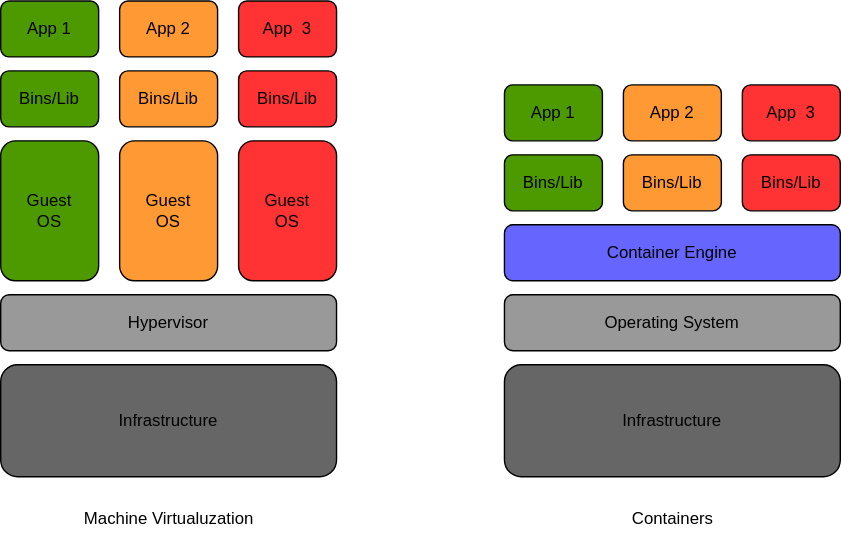
Earlier version of the draw.io export content/chapters/app-interact/lab/media/containers-vs-vms.svg (open-education-hub/operating-systems). Source tidied: cells renumbered, new cells last; positions are measured from the earlier drawing's top-left corner, leaving out a move shared by most shapes.
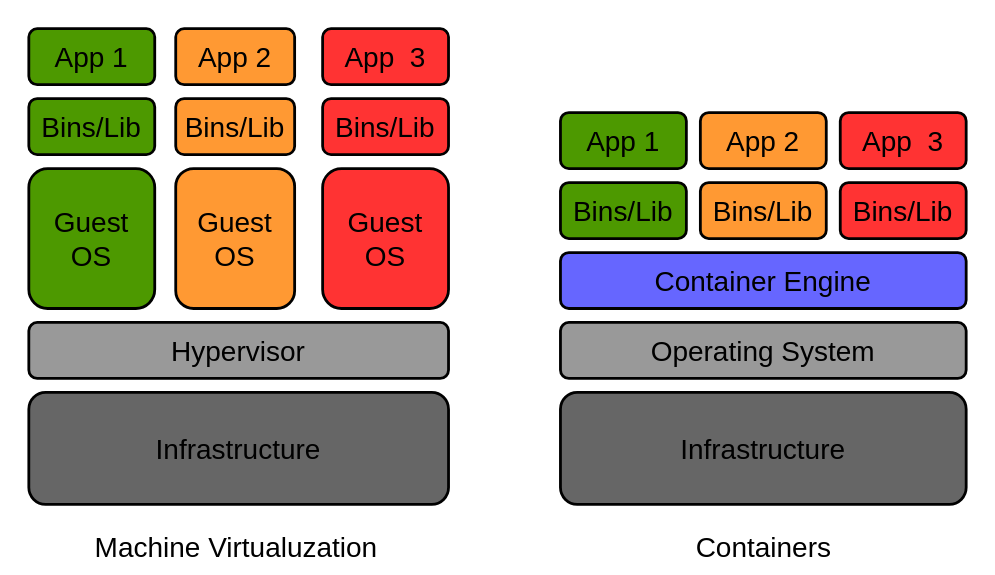
The same file after the commit.

Commit message:
app-interact/lab: Fix broken quiz links and SVG image

This fixes 2 broken links to quizzes and enlarges the components of
an SVG image to make it clearer.

Change to the diagram source:
```diff
@@ -2,71 +2,74 @@
   <root>
     <mxCell id="0" />
     <mxCell id="1" parent="0" />
+    <mxCell id="24" style="rounded=1;whiteSpace=wrap;html=1;strokeColor=none;" parent="1" vertex="1">
+      <mxGeometry x="-40" y="-20" width="710" height="410" as="geometry" />
+    </mxCell>
-    <mxCell id="2" value="Infrastructure" style="rounded=1;whiteSpace=wrap;html=1;fillColor=#666666;" parent="1" vertex="1">
-      <mxGeometry x="360" y="260" width="240" height="80" as="geometry" />
+    <mxCell id="2" value="Infrastructure" style="rounded=1;whiteSpace=wrap;html=1;fillColor=#666666;strokeWidth=2;fontSize=20;" parent="1" vertex="1">
+      <mxGeometry x="360" y="260" width="290" height="80" as="geometry" />
     </mxCell>
-    <mxCell id="3" value="Infrastructure" style="rounded=1;whiteSpace=wrap;html=1;fillColor=#666666;" parent="1" vertex="1">
-      <mxGeometry y="260" width="240" height="80" as="geometry" />
+    <mxCell id="3" value="Infrastructure" style="rounded=1;whiteSpace=wrap;html=1;fillColor=#666666;strokeWidth=2;fontSize=20;" parent="1" vertex="1">
+      <mxGeometry x="-20" y="260" width="300" height="80" as="geometry" />
     </mxCell>
-    <mxCell id="4" value="Operating System" style="rounded=1;whiteSpace=wrap;html=1;fillColor=#999999;" parent="1" vertex="1">
-      <mxGeometry x="360" y="210" width="240" height="40" as="geometry" />
+    <mxCell id="4" value="Operating System" style="rounded=1;whiteSpace=wrap;html=1;fillColor=#999999;strokeWidth=2;fontSize=20;" parent="1" vertex="1">
+      <mxGeometry x="360" y="210" width="290" height="40" as="geometry" />
     </mxCell>
-    <mxCell id="5" value="Container Engine" style="rounded=1;whiteSpace=wrap;html=1;fillColor=#6666FF;" parent="1" vertex="1">
-      <mxGeometry x="360" y="160" width="240" height="40" as="geometry" />
+    <mxCell id="5" value="Container Engine" style="rounded=1;whiteSpace=wrap;html=1;fillColor=#6666FF;strokeWidth=2;fontSize=20;" parent="1" vertex="1">
+      <mxGeometry x="360" y="160" width="290" height="40" as="geometry" />
     </mxCell>
-    <mxCell id="6" value="Hypervisor" style="rounded=1;whiteSpace=wrap;html=1;fillColor=#999999;" parent="1" vertex="1">
-      <mxGeometry y="210" width="240" height="40" as="geometry" />
+    <mxCell id="6" value="Hypervisor" style="rounded=1;whiteSpace=wrap;html=1;fillColor=#999999;strokeWidth=2;fontSize=20;" parent="1" vertex="1">
+      <mxGeometry x="-20" y="210" width="300" height="40" as="geometry" />
     </mxCell>
-    <mxCell id="7" value="Bins/Lib" style="rounded=1;whiteSpace=wrap;html=1;fillColor=#4D9900;" parent="1" vertex="1">
-      <mxGeometry x="360" y="110" width="70" height="40" as="geometry" />
+    <mxCell id="7" value="Bins/Lib" style="rounded=1;whiteSpace=wrap;html=1;fillColor=#4D9900;strokeWidth=2;fontSize=20;" parent="1" vertex="1">
+      <mxGeometry x="360" y="110" width="90" height="40" as="geometry" />
     </mxCell>
-    <mxCell id="8" value="Bins/Lib" style="rounded=1;whiteSpace=wrap;html=1;fillColor=#FF3333;" parent="1" vertex="1">
-      <mxGeometry x="530" y="110" width="70" height="40" as="geometry" />
+    <mxCell id="8" value="Bins/Lib" style="rounded=1;whiteSpace=wrap;html=1;fillColor=#FF3333;strokeWidth=2;fontSize=20;" parent="1" vertex="1">
+      <mxGeometry x="560" y="110" width="90" height="40" as="geometry" />
     </mxCell>
-    <mxCell id="9" value="Bins/Lib" style="rounded=1;whiteSpace=wrap;html=1;fillColor=#FF9933;" parent="1" vertex="1">
-      <mxGeometry x="445" y="110" width="70" height="40" as="geometry" />
+    <mxCell id="9" value="Bins/Lib" style="rounded=1;whiteSpace=wrap;html=1;fillColor=#FF9933;strokeWidth=2;fontSize=20;" parent="1" vertex="1">
+      <mxGeometry x="460" y="110" width="90" height="40" as="geometry" />
     </mxCell>
-    <mxCell id="10" value="App 1" style="rounded=1;whiteSpace=wrap;html=1;fillColor=#4D9900;" parent="1" vertex="1">
-      <mxGeometry x="360" y="60" width="70" height="40" as="geometry" />
+    <mxCell id="10" value="App 1" style="rounded=1;whiteSpace=wrap;html=1;fillColor=#4D9900;strokeWidth=2;fontSize=20;" parent="1" vertex="1">
+      <mxGeometry x="360" y="60" width="90" height="40" as="geometry" />
     </mxCell>
-    <mxCell id="11" value="App&amp;nbsp; 3" style="rounded=1;whiteSpace=wrap;html=1;fillColor=#FF3333;" parent="1" vertex="1">
-      <mxGeometry x="530" y="60" width="70" height="40" as="geometry" />
+    <mxCell id="11" value="App&amp;nbsp; 3" style="rounded=1;whiteSpace=wrap;html=1;fillColor=#FF3333;strokeWidth=2;fontSize=20;" parent="1" vertex="1">
+      <mxGeometry x="560" y="60" width="90" height="40" as="geometry" />
     </mxCell>
-    <mxCell id="12" value="App 2" style="rounded=1;whiteSpace=wrap;html=1;fillColor=#FF9933;" parent="1" vertex="1">
-      <mxGeometry x="445" y="60" width="70" height="40" as="geometry" />
+    <mxCell id="12" value="App 2" style="rounded=1;whiteSpace=wrap;html=1;fillColor=#FF9933;strokeWidth=2;fontSize=20;" parent="1" vertex="1">
+      <mxGeometry x="460" y="60" width="90" height="40" as="geometry" />
     </mxCell>
-    <mxCell id="13" value="Bins/Lib" style="rounded=1;whiteSpace=wrap;html=1;fillColor=#4D9900;" parent="1" vertex="1">
-      <mxGeometry y="50" width="70" height="40" as="geometry" />
+    <mxCell id="13" value="Bins/Lib" style="rounded=1;whiteSpace=wrap;html=1;fillColor=#4D9900;strokeWidth=2;fontSize=20;" parent="1" vertex="1">
+      <mxGeometry x="-20" y="50" width="90" height="40" as="geometry" />
     </mxCell>
-    <mxCell id="14" value="Bins/Lib" style="rounded=1;whiteSpace=wrap;html=1;fillColor=#FF3333;" parent="1" vertex="1">
-      <mxGeometry x="170" y="50" width="70" height="40" as="geometry" />
+    <mxCell id="14" value="Bins/Lib" style="rounded=1;whiteSpace=wrap;html=1;fillColor=#FF3333;strokeWidth=2;fontSize=20;" parent="1" vertex="1">
+      <mxGeometry x="190" y="50" width="90" height="40" as="geometry" />
     </mxCell>
-    <mxCell id="15" value="Bins/Lib" style="rounded=1;whiteSpace=wrap;html=1;fillColor=#FF9933;" parent="1" vertex="1">
-      <mxGeometry x="85" y="50" width="70" height="40" as="geometry" />
+    <mxCell id="15" value="Bins/Lib" style="rounded=1;whiteSpace=wrap;html=1;fillColor=#FF9933;strokeWidth=2;fontSize=20;" parent="1" vertex="1">
+      <mxGeometry x="85" y="50" width="85" height="40" as="geometry" />
     </mxCell>
-    <mxCell id="16" value="App 1" style="rounded=1;whiteSpace=wrap;html=1;fillColor=#4D9900;" parent="1" vertex="1">
-      <mxGeometry width="70" height="40" as="geometry" />
+    <mxCell id="16" value="App 1" style="rounded=1;whiteSpace=wrap;html=1;fillColor=#4D9900;strokeWidth=2;fontSize=20;" parent="1" vertex="1">
+      <mxGeometry x="-20" width="90" height="40" as="geometry" />
     </mxCell>
-    <mxCell id="17" value="App&amp;nbsp; 3" style="rounded=1;whiteSpace=wrap;html=1;fillColor=#FF3333;" parent="1" vertex="1">
-      <mxGeometry x="170" width="70" height="40" as="geometry" />
+    <mxCell id="17" value="App&amp;nbsp; 3" style="rounded=1;whiteSpace=wrap;html=1;fillColor=#FF3333;strokeWidth=2;fontSize=20;" parent="1" vertex="1">
+      <mxGeometry x="190" width="90" height="40" as="geometry" />
     </mxCell>
-    <mxCell id="18" value="App 2" style="rounded=1;whiteSpace=wrap;html=1;fillColor=#FF9933;" parent="1" vertex="1">
-      <mxGeometry x="85" width="70" height="40" as="geometry" />
+    <mxCell id="18" value="App 2" style="rounded=1;whiteSpace=wrap;html=1;fillColor=#FF9933;strokeWidth=2;fontSize=20;" parent="1" vertex="1">
+      <mxGeometry x="85" width="85" height="40" as="geometry" />
     </mxCell>
-    <mxCell id="19" value="Guest&lt;br&gt;OS" style="rounded=1;whiteSpace=wrap;html=1;fillColor=#4D9900;" parent="1" vertex="1">
-      <mxGeometry y="100" width="70" height="100" as="geometry" />
+    <mxCell id="19" value="Guest&lt;br style=&quot;font-size: 20px;&quot;&gt;OS" style="rounded=1;whiteSpace=wrap;html=1;fillColor=#4D9900;strokeWidth=2;fontSize=20;" parent="1" vertex="1">
+      <mxGeometry x="-20" y="100" width="90" height="100" as="geometry" />
     </mxCell>
-    <mxCell id="20" value="Guest&lt;br&gt;OS" style="rounded=1;whiteSpace=wrap;html=1;fillColor=#FF3333;" parent="1" vertex="1">
-      <mxGeometry x="170" y="100" width="70" height="100" as="geometry" />
+    <mxCell id="20" value="Guest&lt;br style=&quot;font-size: 20px;&quot;&gt;OS" style="rounded=1;whiteSpace=wrap;html=1;fillColor=#FF3333;strokeWidth=2;fontSize=20;" parent="1" vertex="1">
+      <mxGeometry x="190" y="100" width="90" height="100" as="geometry" />
     </mxCell>
-    <mxCell id="21" value="Guest&lt;br&gt;OS" style="rounded=1;whiteSpace=wrap;html=1;fillColor=#FF9933;" parent="1" vertex="1">
-      <mxGeometry x="85" y="100" width="70" height="100" as="geometry" />
+    <mxCell id="21" value="Guest&lt;br style=&quot;font-size: 20px;&quot;&gt;OS" style="rounded=1;whiteSpace=wrap;html=1;fillColor=#FF9933;strokeWidth=2;fontSize=20;" parent="1" vertex="1">
+      <mxGeometry x="85" y="100" width="85" height="100" as="geometry" />
     </mxCell>
-    <mxCell id="22" value="Machine Virtualuzation" style="text;html=1;align=center;verticalAlign=middle;strokeColor=none;fillColor=none;" parent="1" vertex="1">
-      <mxGeometry x="50" y="355" width="140" height="30" as="geometry" />
+    <mxCell id="22" value="Machine Virtualuzation" style="text;html=1;align=center;verticalAlign=middle;strokeColor=none;fillColor=none;fontSize=20;" parent="1" vertex="1">
+      <mxGeometry x="12.5" y="350" width="230" height="40" as="geometry" />
     </mxCell>
-    <mxCell id="23" value="Containers" style="text;html=1;align=center;verticalAlign=middle;strokeColor=none;fillColor=none;" parent="1" vertex="1">
-      <mxGeometry x="440" y="355" width="80" height="30" as="geometry" />
+    <mxCell id="23" value="Containers" style="text;html=1;align=center;verticalAlign=middle;strokeColor=none;fillColor=none;fontSize=20;" parent="1" vertex="1">
+      <mxGeometry x="445" y="350" width="120" height="40" as="geometry" />
     </mxCell>
   </root>
 </mxGraphModel>
```
